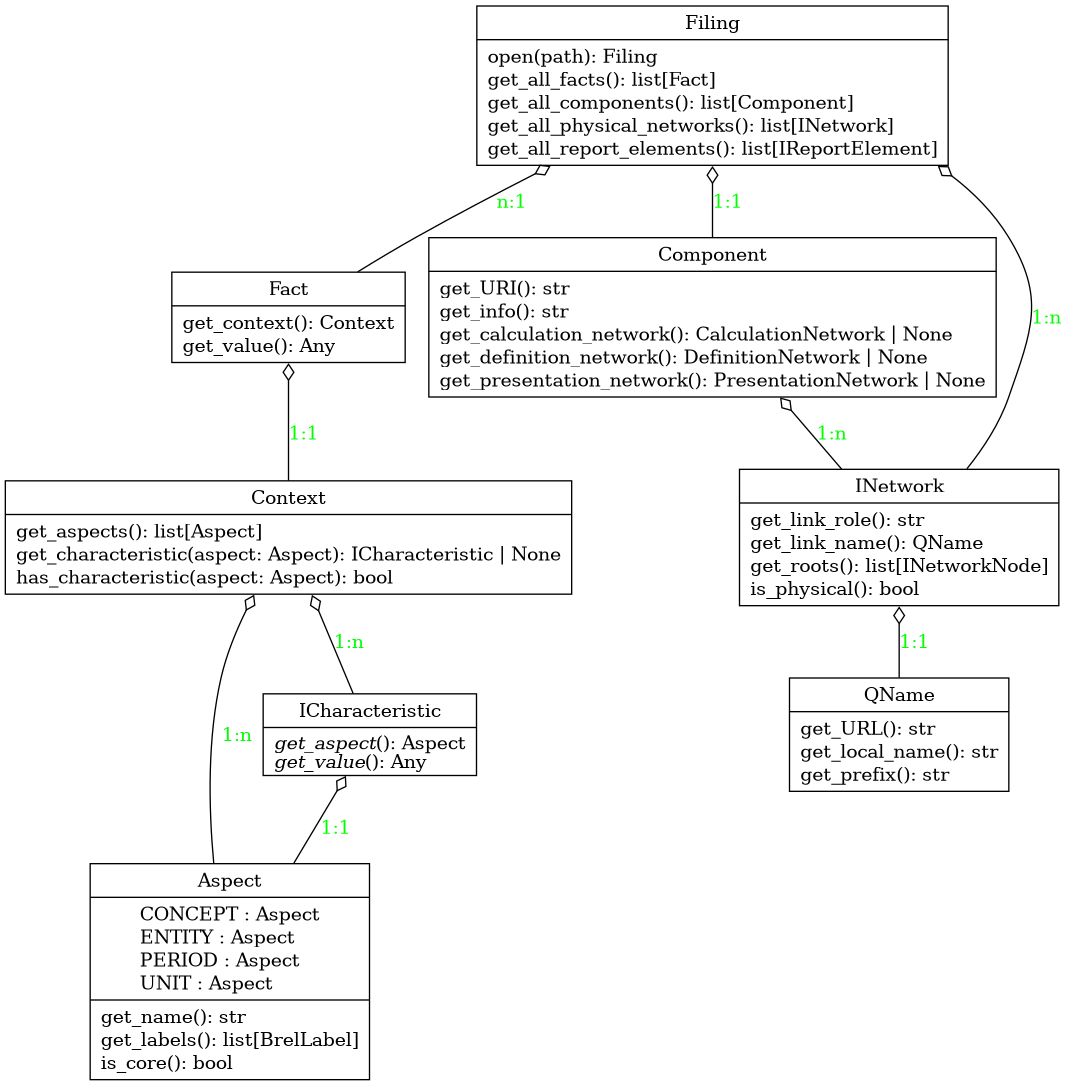
BrelLibrary/brel keeps this Graphviz diagram as docs/thesis_latex/images/brel_core_classes.png. Above is the earlier version. Its source is kept beside it as docs/thesis_latex/images/brel_core_classes.dot. Its diagram source:
```dot
digraph "classes_brel_filing" {
rankdir=BT
charset="utf-8"

"brel.characteristics.brel_aspect.Aspect" [color="black", fontcolor="black", label=<{
Aspect
|
CONCEPT : Aspect<br ALIGN="LEFT"/>
ENTITY : Aspect<br ALIGN="LEFT"/>
PERIOD : Aspect<br ALIGN="LEFT"/>
UNIT : Aspect   <br ALIGN="LEFT"/>
|
get_name(): str<br ALIGN="LEFT"/>
get_labels(): list[BrelLabel]<br ALIGN="LEFT"/>
is_core(): bool<br ALIGN="LEFT"/>
}>,
shape="record", style="solid"];

"brel.brel_component.Component" [color="black", fontcolor="black", label=<{
Component
|
get_URI(): str<br ALIGN="LEFT"/>
get_info(): str<br ALIGN="LEFT"/>
get_calculation_network(): CalculationNetwork \| None<br ALIGN="LEFT"/>
get_definition_network(): DefinitionNetwork \| None<br ALIGN="LEFT"/>
get_presentation_network(): PresentationNetwork \| None<br ALIGN="LEFT"/>
}>, shape="record", style="solid"];

"brel.brel_context.Context" [color="black", fontcolor="black", label=<{
Context
|
get_aspects(): list[Aspect]<br ALIGN="LEFT"/>
get_characteristic(aspect: Aspect): ICharacteristic \| None<br ALIGN="LEFT"/>
has_characteristic(aspect: Aspect): bool<br ALIGN="LEFT"/>
}>, shape="record", style="solid"];

"brel.brel_fact.Fact" [color="black", fontcolor="black", label=<{
Fact
|
get_context(): Context<br ALIGN="LEFT"/>
get_value(): Any<br ALIGN="LEFT"/>
}>, shape="record", style="solid"];

"brel.brel_filing.Filing" [color="black", fontcolor="black", label=<{
Filing
|
open(path): Filing<br ALIGN="LEFT"/>
get_all_facts(): list[Fact]<br ALIGN="LEFT"/>
get_all_components(): list[Component]<br ALIGN="LEFT"/>
get_all_physical_networks(): list[INetwork]<br ALIGN="LEFT"/>
get_all_report_elements(): list[IReportElement]<br ALIGN="LEFT"/>
}>, shape="record", style="solid"];

"brel.characteristics.i_characteristic.ICharacteristic" [color="black", fontcolor="black", label=<{
ICharacteristic
|
<I>get_aspect</I>(): Aspect<br ALIGN="LEFT"/>
<I>get_value</I>(): Any<br ALIGN="LEFT"/>
}>, shape="record", style="solid"];

"brel.networks.i_network.INetwork" [color="black", fontcolor="black", label=<{
INetwork
|
get_link_role(): str<br ALIGN="LEFT"/>
get_link_name(): QName<br ALIGN="LEFT"/>
get_roots(): list[INetworkNode]<br ALIGN="LEFT"/>
is_physical(): bool<br ALIGN="LEFT"/>
}>, shape="record", style="solid"];




"brel.qname.QName" [color="black", fontcolor="black", label=<{
QName
|
get_URL(): str<br ALIGN="LEFT"/>
get_local_name(): str<br ALIGN="LEFT"/>
get_prefix(): str<br ALIGN="LEFT"/>
}>, shape="record", style="solid"];



"brel.brel_fact.Fact" -> "brel.brel_filing.Filing" [arrowhead="odiamond", arrowtail="none", fontcolor="green", label="n:1", style="solid"];

"brel.brel_context.Context" -> "brel.brel_fact.Fact" [arrowhead="odiamond", arrowtail="none", fontcolor="green", label="1:1", style="solid"];

"brel.characteristics.i_characteristic.ICharacteristic" -> "brel.brel_context.Context" [arrowhead="odiamond", arrowtail="none", fontcolor="green", label="1:n", style="solid"];

"brel.characteristics.brel_aspect.Aspect" -> "brel.characteristics.i_characteristic.ICharacteristic" [arrowhead="odiamond", arrowtail="none", fontcolor="green", label="1:1", style="solid"];
"brel.characteristics.brel_aspect.Aspect" -> "brel.brel_context.Context" [arrowhead="odiamond", arrowtail="none", fontcolor="green", label="1:n", style="solid"];

"brel.brel_component.Component" -> "brel.brel_filing.Filing" [arrowhead="odiamond", arrowtail="none", fontcolor="green", label="1:1", style="solid"];

"brel.networks.i_network.INetwork" -> "brel.brel_filing.Filing" [arrowhead="odiamond", arrowtail="none", fontcolor="green", label="1:n", style="solid"];
"brel.networks.i_network.INetwork" -> "brel.brel_component.Component" [arrowhead="odiamond", arrowtail="none", fontcolor="green", label="1:n", style="solid"];

"brel.qname.QName" -> "brel.networks.i_network.INetwork" [arrowhead="odiamond", arrowtail="none", fontcolor="green", label="1:1", style="solid"];



}
```
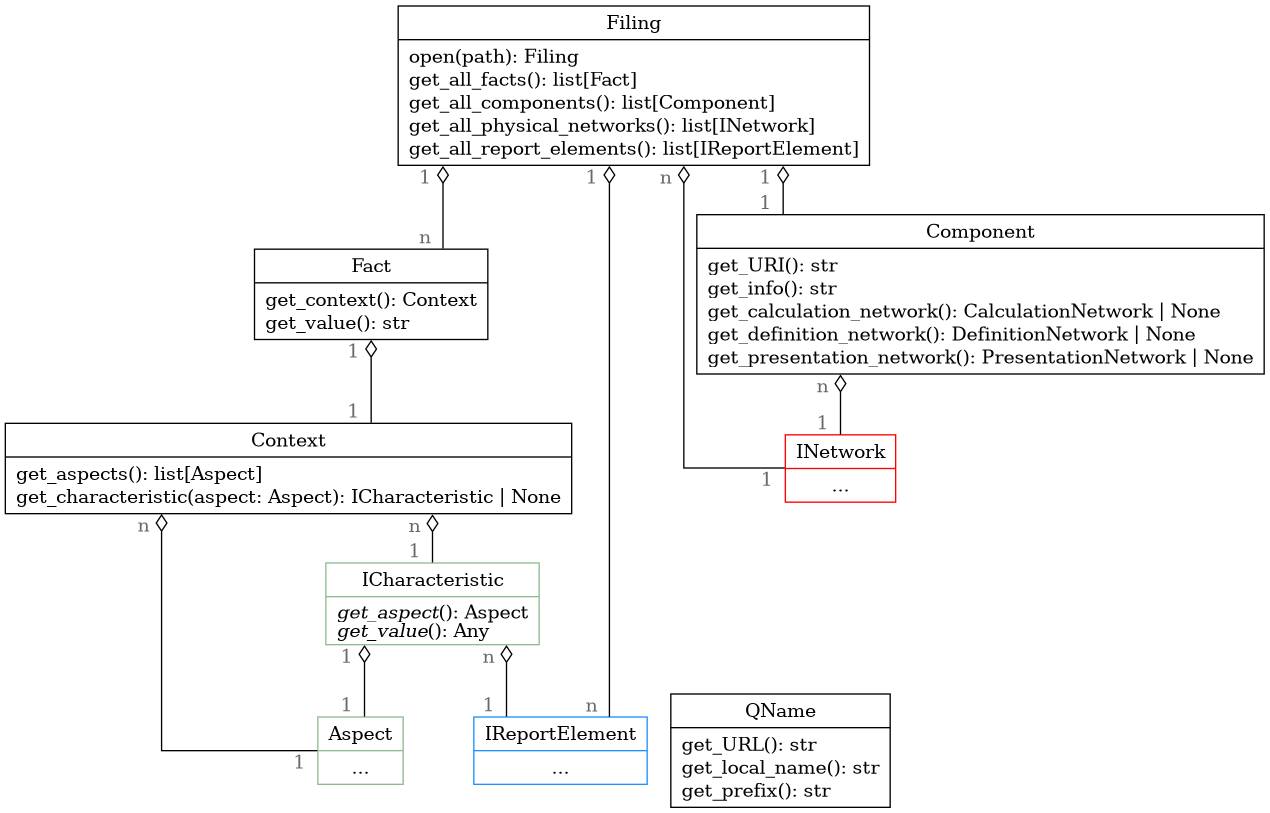
The same file after the commit.

Diff of the diagram source:
```diff
@@ -1,20 +1,32 @@
 digraph "classes_brel_filing" {
 rankdir=BT
 charset="utf-8"
+splines="ortho"
 
-"brel.characteristics.brel_aspect.Aspect" [color="black", fontcolor="black", label=<{
-Aspect
+
+"brel.brel_filing.Filing" [color="black", fontcolor="black", label=<{
+Filing
 |
-CONCEPT : Aspect<br ALIGN="LEFT"/>
-ENTITY : Aspect<br ALIGN="LEFT"/>
-PERIOD : Aspect<br ALIGN="LEFT"/>
-UNIT : Aspect   <br ALIGN="LEFT"/>
+open(path): Filing<br ALIGN="LEFT"/>
+get_all_facts(): list[Fact]<br ALIGN="LEFT"/>
+get_all_components(): list[Component]<br ALIGN="LEFT"/>
+get_all_physical_networks(): list[INetwork]<br ALIGN="LEFT"/>
+get_all_report_elements(): list[IReportElement]<br ALIGN="LEFT"/>
+}>, shape="record", style="solid"];
+
+"brel.brel_fact.Fact" [color="black", fontcolor="black", label=<{
+Fact
 |
-get_name(): str<br ALIGN="LEFT"/>
-get_labels(): list[BrelLabel]<br ALIGN="LEFT"/>
-is_core(): bool<br ALIGN="LEFT"/>
-}>,
-shape="record", style="solid"];
+get_context(): Context<br ALIGN="LEFT"/>
+get_value(): str<br ALIGN="LEFT"/>
+}>, shape="record", style="solid"];
+
+"brel.brel_context.Context" [color="black", fontcolor="black", label=<{
+Context
+|
+get_aspects(): list[Aspect]<br ALIGN="LEFT"/>
+get_characteristic(aspect: Aspect): ICharacteristic \| None<br ALIGN="LEFT"/>
+}>, shape="record", style="solid"];
 
 "brel.brel_component.Component" [color="black", fontcolor="black", label=<{
 Component
@@ -26,46 +38,29 @@
 get_presentation_network(): PresentationNetwork \| None<br ALIGN="LEFT"/>
 }>, shape="record", style="solid"];
 
-"brel.brel_context.Context" [color="black", fontcolor="black", label=<{
-Context
-|
-get_aspects(): list[Aspect]<br ALIGN="LEFT"/>
-get_characteristic(aspect: Aspect): ICharacteristic \| None<br ALIGN="LEFT"/>
-has_characteristic(aspect: Aspect): bool<br ALIGN="LEFT"/>
-}>, shape="record", style="solid"];
-
-"brel.brel_fact.Fact" [color="black", fontcolor="black", label=<{
-Fact
-|
-get_context(): Context<br ALIGN="LEFT"/>
-get_value(): Any<br ALIGN="LEFT"/>
-}>, shape="record", style="solid"];
-
-"brel.brel_filing.Filing" [color="black", fontcolor="black", label=<{
-Filing
-|
-open(path): Filing<br ALIGN="LEFT"/>
-get_all_facts(): list[Fact]<br ALIGN="LEFT"/>
-get_all_components(): list[Component]<br ALIGN="LEFT"/>
-get_all_physical_networks(): list[INetwork]<br ALIGN="LEFT"/>
-get_all_report_elements(): list[IReportElement]<br ALIGN="LEFT"/>
-}>, shape="record", style="solid"];
-
-"brel.characteristics.i_characteristic.ICharacteristic" [color="black", fontcolor="black", label=<{
+"brel.characteristics.i_characteristic.ICharacteristic" [color="darkseagreen", fontcolor="black", label=<{
 ICharacteristic
 |
 <I>get_aspect</I>(): Aspect<br ALIGN="LEFT"/>
 <I>get_value</I>(): Any<br ALIGN="LEFT"/>
 }>, shape="record", style="solid"];
 
-"brel.networks.i_network.INetwork" [color="black", fontcolor="black", label=<{
+"brel.characteristics.brel_aspect.Aspect" [color="darkseagreen", fontcolor="black", label=<{
+Aspect
+|
+...
+}>,
+shape="record", style="solid"];
+
+
+
+
+
+"brel.networks.i_network.INetwork" [color="red", fontcolor="black", label=<{
 INetwork
 |
-get_link_role(): str<br ALIGN="LEFT"/>
-get_link_name(): QName<br ALIGN="LEFT"/>
-get_roots(): list[INetworkNode]<br ALIGN="LEFT"/>
-is_physical(): bool<br ALIGN="LEFT"/>
-}>, shape="record", style="solid"];
+...
+}>, shape="record", style="solid"]
 
 
 
@@ -79,23 +74,31 @@
 }>, shape="record", style="solid"];
 
 
+"brel.reportelements.i_report_element.IReportElement" [color="dodgerblue", fontcolor="black", label=<{
+IReportElement
+|
+...
+}>, shape="record", style="solid"]
 
-"brel.brel_fact.Fact" -> "brel.brel_filing.Filing" [arrowhead="odiamond", arrowtail="none", fontcolor="green", label="n:1", style="solid"];
 
-"brel.brel_context.Context" -> "brel.brel_fact.Fact" [arrowhead="odiamond", arrowtail="none", fontcolor="green", label="1:1", style="solid"];
+"brel.brel_fact.Fact" -> "brel.brel_filing.Filing" [arrowhead="odiamond", arrowtail="none", fontcolor="dimgrey", headlabel="1  ", taillabel="n  ", style="solid",];
 
-"brel.characteristics.i_characteristic.ICharacteristic" -> "brel.brel_context.Context" [arrowhead="odiamond", arrowtail="none", fontcolor="green", label="1:n", style="solid"];
+"brel.brel_context.Context" -> "brel.brel_fact.Fact" [arrowhead="odiamond", arrowtail="none", fontcolor="dimgrey", headlabel="1  ", taillabel="1  ", style="solid"];
 
-"brel.characteristics.brel_aspect.Aspect" -> "brel.characteristics.i_characteristic.ICharacteristic" [arrowhead="odiamond", arrowtail="none", fontcolor="green", label="1:1", style="solid"];
-"brel.characteristics.brel_aspect.Aspect" -> "brel.brel_context.Context" [arrowhead="odiamond", arrowtail="none", fontcolor="green", label="1:n", style="solid"];
+"brel.characteristics.i_characteristic.ICharacteristic" -> "brel.brel_context.Context" [arrowhead="odiamond", arrowtail="none", fontcolor="dimgrey", headlabel="n  ", taillabel="1  ", style="solid"];
 
-"brel.brel_component.Component" -> "brel.brel_filing.Filing" [arrowhead="odiamond", arrowtail="none", fontcolor="green", label="1:1", style="solid"];
+"brel.characteristics.brel_aspect.Aspect" -> "brel.characteristics.i_characteristic.ICharacteristic" [arrowhead="odiamond", arrowtail="none", fontcolor="dimgrey", headlabel="1  ", taillabel="1  ", style="solid"];
+"brel.characteristics.brel_aspect.Aspect" -> "brel.brel_context.Context" [arrowhead="odiamond", arrowtail="none", fontcolor="dimgrey", headlabel="n  ", taillabel="1  ", style="solid"];
 
-"brel.networks.i_network.INetwork" -> "brel.brel_filing.Filing" [arrowhead="odiamond", arrowtail="none", fontcolor="green", label="1:n", style="solid"];
-"brel.networks.i_network.INetwork" -> "brel.brel_component.Component" [arrowhead="odiamond", arrowtail="none", fontcolor="green", label="1:n", style="solid"];
+"brel.brel_component.Component" -> "brel.brel_filing.Filing" [arrowhead="odiamond", arrowtail="none", fontcolor="dimgrey", headlabel="1  ", taillabel="1  ", style="solid"];
 
-"brel.qname.QName" -> "brel.networks.i_network.INetwork" [arrowhead="odiamond", arrowtail="none", fontcolor="green", label="1:1", style="solid"];
+"brel.networks.i_network.INetwork" -> "brel.brel_filing.Filing" [arrowhead="odiamond", arrowtail="none", fontcolor="dimgrey", headlabel="n  ", taillabel="1  ", style="solid"];
+"brel.networks.i_network.INetwork" -> "brel.brel_component.Component" [arrowhead="odiamond", arrowtail="none", fontcolor="dimgrey", headlabel="n  ", taillabel="1  ", style="solid"];
 
 
 
+"brel.reportelements.i_report_element.IReportElement" -> "brel.brel_filing.Filing" [arrowhead="odiamond", arrowtail="none", fontcolor="dimgrey", headlabel="1  ", taillabel="n  ", style="solid"];
+"brel.reportelements.i_report_element.IReportElement" -> "brel.characteristics.i_characteristic.ICharacteristic" [arrowhead="odiamond", arrowtail="none", fontcolor="dimgrey", headlabel="n  ", taillabel="1  ", style="solid"];
+
+
 }
```
